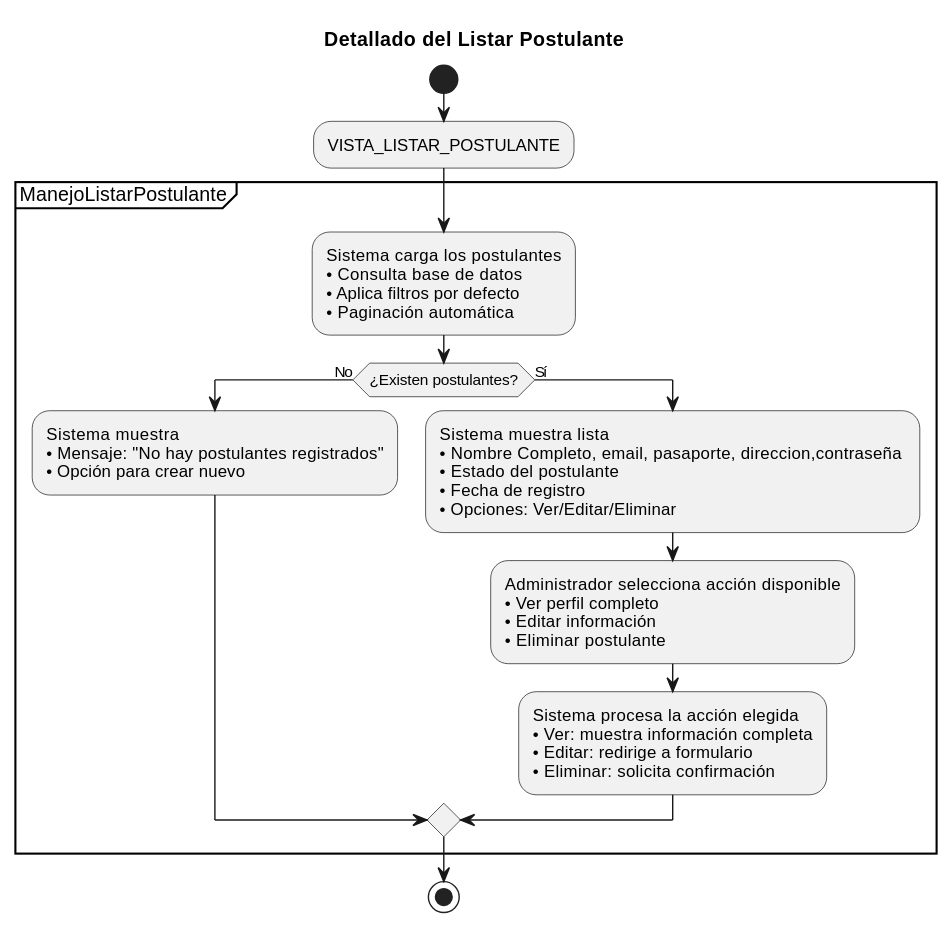
The PlantUML diagram documentos/imagenes/casos_de_uso/diagramas_casos_de_uso_detallados/listar_postulante.svg in Dievex/24-25-IdSw1-SDR, before a commit. Source of this version:
```plantuml
@startuml
title Detallado del Listar Postulante

start

:VISTA_LISTAR_POSTULANTE;

partition ManejoListarPostulante {

  :Sistema carga los postulantes
  • Consulta base de datos
  • Aplica filtros por defecto
  • Paginación automática;

  if (¿Existen postulantes?) then (No)
    :Sistema muestra
    • Mensaje: "No hay postulantes registrados"
    • Opción para crear nuevo;


  else (Sí)
    :Sistema muestra lista
    • Nombre Completo, email, pasaporte, direccion,contraseña
    • Estado del postulante
    • Fecha de registro
    • Opciones: Ver/Editar/Eliminar;



    :Administrador selecciona acción disponible
    • Ver perfil completo
    • Editar información
    • Eliminar postulante;

    :Sistema procesa la acción elegida
    • Ver: muestra información completa
    • Editar: redirige a formulario
    • Eliminar: solicita confirmación;

  endif

}

stop
@enduml
```
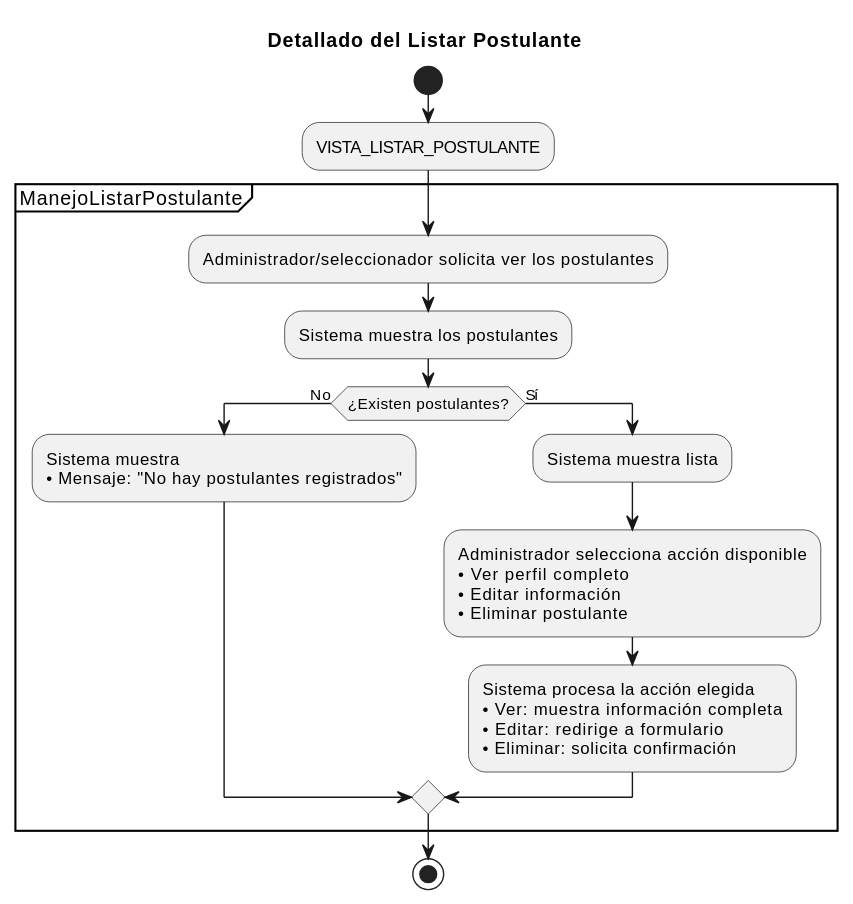
After the change.

What changed in the source:
```diff
@@ -7,25 +7,17 @@
 
 partition ManejoListarPostulante {
 
-  :Sistema carga los postulantes
-  • Consulta base de datos
-  • Aplica filtros por defecto
-  • Paginación automática;
+  :Administrador/seleccionador solicita ver los postulantes;
+
+  :Sistema muestra los postulantes;
 
   if (¿Existen postulantes?) then (No)
     :Sistema muestra
-    • Mensaje: "No hay postulantes registrados"
-    • Opción para crear nuevo;
+    • Mensaje: "No hay postulantes registrados";
 
 
   else (Sí)
-    :Sistema muestra lista
-    • Nombre Completo, email, pasaporte, direccion,contraseña
-    • Estado del postulante
-    • Fecha de registro
-    • Opciones: Ver/Editar/Eliminar;
-
-
+    :Sistema muestra lista;
 
     :Administrador selecciona acción disponible
     • Ver perfil completo
```
